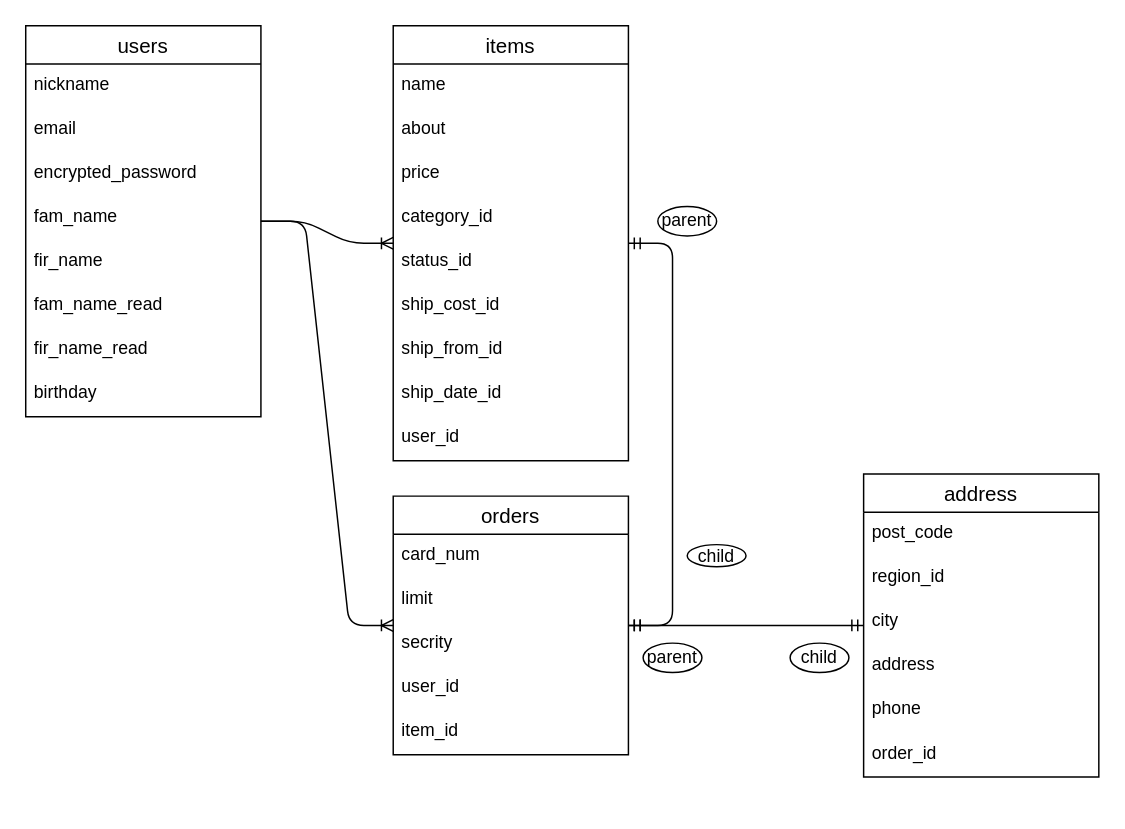
Above: ER.dio in mtstro/furima-31630 (draw.io), before the change. Source tidied: cells renumbered, new cells numbered last; positions are measured from the earlier drawing's top-left corner, leaving out a move shared by most shapes. Both pictures are drawn from the tidied source at 147%, with x=0, y=0 at pixel (25, 25).
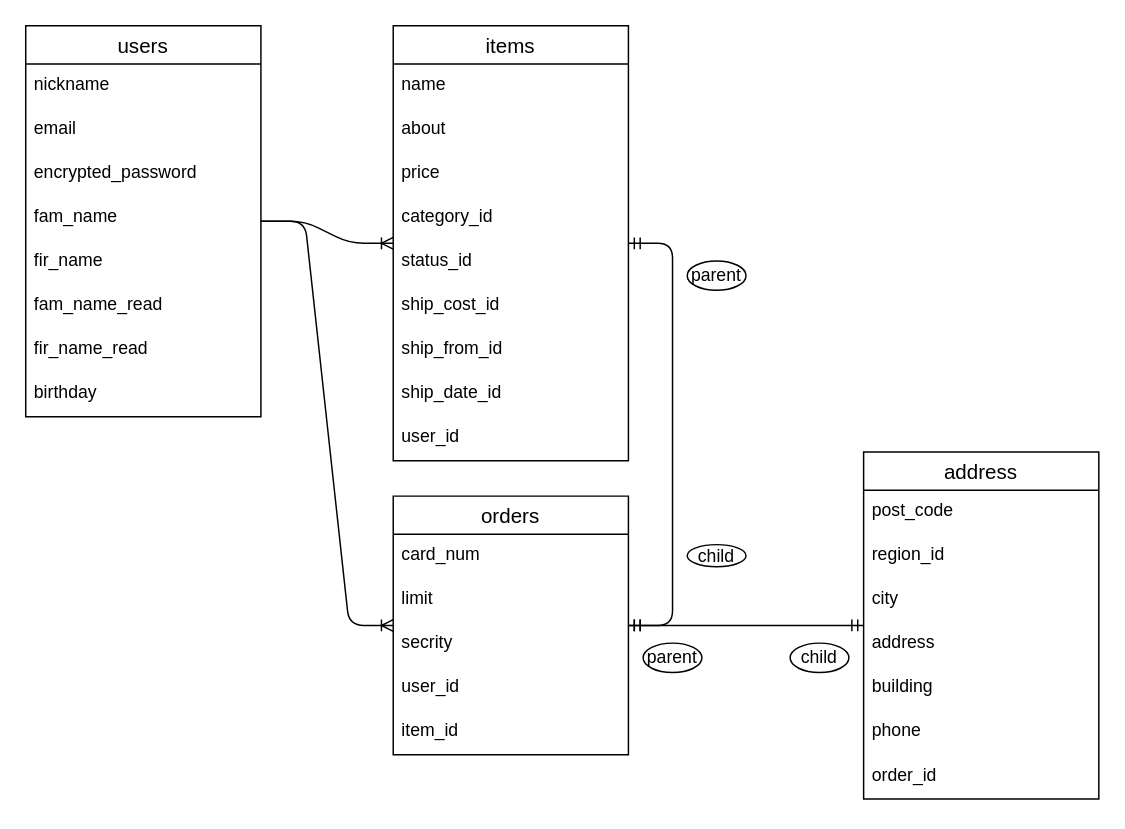
The same page after the edit.

Commit message (it also covers changes not shown here):
データベース設計、修正３

Diff of the diagram source:
```diff
@@
     <mxCell id="5" value="parent" style="ellipse;whiteSpace=wrap;html=1;align=center;" parent="1" vertex="1">
-      <mxGeometry x="430" y="123" width="40" height="20" as="geometry" />
+      <mxGeometry x="450" y="160" width="40" height="20" as="geometry" />
     </mxCell>
@@
     <mxCell id="35" value="address" style="swimlane;fontStyle=0;horizontal=1;startSize=26;align=center;fontSize=14;" parent="1" vertex="1">
-      <mxGeometry x="570" y="305" width="160" height="206" as="geometry" />
+      <mxGeometry x="570" y="290" width="160" height="236" as="geometry" />
     </mxCell>
@@
-    <mxCell id="40" value="phone" style="text;strokeColor=none;fillColor=none;spacingLeft=4;spacingRight=4;overflow=hidden;fontSize=12;" parent="35" vertex="1">
+    <mxCell id="40" value="building" style="text;strokeColor=none;fillColor=none;spacingLeft=4;spacingRight=4;overflow=hidden;fontSize=12;" parent="35" vertex="1">
       <mxGeometry y="146" width="160" height="30" as="geometry" />
     </mxCell>
-    <mxCell id="41" value="order_id" style="text;strokeColor=none;fillColor=none;spacingLeft=4;spacingRight=4;overflow=hidden;fontSize=12;" parent="35" vertex="1">
+    <mxCell id="41" value="phone" style="text;strokeColor=none;fillColor=none;spacingLeft=4;spacingRight=4;overflow=hidden;fontSize=12;" parent="35" vertex="1">
       <mxGeometry y="176" width="160" height="30" as="geometry" />
     </mxCell>
+    <mxCell id="42" value="order_id" style="text;strokeColor=none;fillColor=none;spacingLeft=4;spacingRight=4;overflow=hidden;fontSize=12;" parent="35" vertex="1">
+      <mxGeometry y="206" width="160" height="30" as="geometry" />
+    </mxCell>
```
